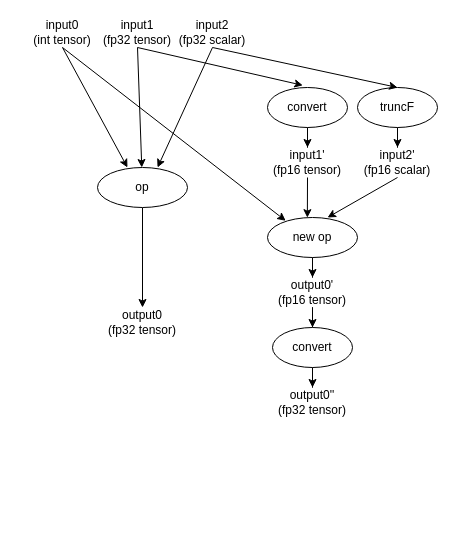
The draw.io diagram mixpre.drawio in ABigDoge/MyDiagrams, before the edit. Source tidied: cells renumbered, new cells numbered last; positions are measured from the earlier drawing's top-left corner, leaving out a move shared by most shapes. Both pictures are drawn from the tidied source at 100%, with x=0, y=0 at pixel (17, 17).
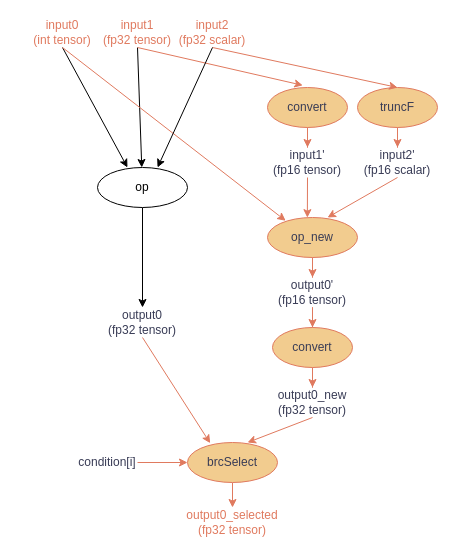
After the change.

Change to the diagram source:
```diff
@@
-    <mxCell id="2" style="edgeStyle=orthogonalEdgeStyle;rounded=0;jettySize=auto;html=1;" parent="1" edge="1" source="3" target="7">
+    <mxCell id="2" style="edgeStyle=orthogonalEdgeStyle;rounded=0;jettySize=auto;html=1;labelBackgroundColor=none;fontColor=default;" parent="1" edge="1" source="3" target="7">
       <mxGeometry relative="1" as="geometry" />
     </mxCell>
-    <mxCell id="3" value="op" style="ellipse;whiteSpace=wrap;html=1;" parent="1" vertex="1">
+    <mxCell id="3" value="op" style="ellipse;whiteSpace=wrap;html=1;labelBackgroundColor=none;" parent="1" vertex="1">
       <mxGeometry x="80" y="150" width="90" height="40" as="geometry" />
     </mxCell>
-    <mxCell id="4" value="input1&lt;div&gt;(fp32 tensor)&lt;/div&gt;" style="text;html=1;align=center;verticalAlign=middle;whiteSpace=wrap;rounded=0;" parent="1" vertex="1">
+    <mxCell id="4" value="input1&lt;div&gt;(fp32 tensor)&lt;/div&gt;" style="text;html=1;align=center;verticalAlign=middle;whiteSpace=wrap;rounded=0;labelBackgroundColor=none;fontColor=light-dark(#e07a5f, #b6b8cf);" parent="1" vertex="1">
       <mxGeometry x="70" width="100" height="30" as="geometry" />
     </mxCell>
-    <mxCell id="5" value="input2&lt;div&gt;(fp32 scalar)&lt;/div&gt;" style="text;html=1;align=center;verticalAlign=middle;whiteSpace=wrap;rounded=0;" parent="1" vertex="1">
+    <mxCell id="5" value="input2&lt;div&gt;(fp32 scalar)&lt;/div&gt;" style="text;html=1;align=center;verticalAlign=middle;whiteSpace=wrap;rounded=0;labelBackgroundColor=none;fontColor=light-dark(#e07a5f, #b6b8cf);" parent="1" vertex="1">
       <mxGeometry x="150" width="90" height="30" as="geometry" />
     </mxCell>
-    <mxCell id="6" value="input0&lt;div&gt;(int tensor)&lt;/div&gt;" style="text;html=1;align=center;verticalAlign=middle;whiteSpace=wrap;rounded=0;" parent="1" vertex="1">
+    <mxCell id="6" value="input0&lt;div&gt;(int tensor)&lt;/div&gt;" style="text;html=1;align=center;verticalAlign=middle;whiteSpace=wrap;rounded=0;labelBackgroundColor=none;fontColor=light-dark(#e07a5f, #b6b8cf);" parent="1" vertex="1">
       <mxGeometry width="90" height="30" as="geometry" />
     </mxCell>
-    <mxCell id="7" value="output0&lt;div&gt;(fp32 tensor)&lt;/div&gt;" style="text;html=1;align=center;verticalAlign=middle;whiteSpace=wrap;rounded=0;" parent="1" vertex="1">
+    <mxCell id="7" value="output0&lt;div&gt;(fp32 tensor)&lt;/div&gt;" style="text;html=1;align=center;verticalAlign=middle;whiteSpace=wrap;rounded=0;labelBackgroundColor=none;fontColor=#393C56;" parent="1" vertex="1">
       <mxGeometry x="70" y="290" width="110" height="30" as="geometry" />
     </mxCell>
-    <mxCell id="8" style="endArrow=classic;html=1;rounded=0;exitX=0.5;exitY=1;exitDx=0;exitDy=0;" parent="1" edge="1" source="4" target="3">
+    <mxCell id="8" style="endArrow=classic;html=1;rounded=0;exitX=0.5;exitY=1;exitDx=0;exitDy=0;labelBackgroundColor=none;fontColor=default;" parent="1" edge="1" source="4" target="3">
       <mxGeometry relative="1" as="geometry" />
     </mxCell>
-    <mxCell id="9" style="endArrow=classic;html=1;rounded=0;exitX=0.5;exitY=1;exitDx=0;exitDy=0;entryX=0.333;entryY=0;entryDx=0;entryDy=0;entryPerimeter=0;" parent="1" edge="1" source="6" target="3">
+    <mxCell id="9" style="endArrow=classic;html=1;rounded=0;exitX=0.5;exitY=1;exitDx=0;exitDy=0;entryX=0.333;entryY=0;entryDx=0;entryDy=0;entryPerimeter=0;labelBackgroundColor=none;fontColor=default;" parent="1" edge="1" source="6" target="3">
       <mxGeometry relative="1" as="geometry" />
     </mxCell>
-    <mxCell id="10" style="edgeStyle=orthogonalEdgeStyle;rounded=0;jettySize=auto;html=1;" parent="1" edge="1" source="11" target="16">
+    <mxCell id="10" style="edgeStyle=orthogonalEdgeStyle;rounded=0;jettySize=auto;html=1;labelBackgroundColor=none;strokeColor=#E07A5F;fontColor=default;" parent="1" edge="1" source="11" target="16">
       <mxGeometry relative="1" as="geometry" />
     </mxCell>
-    <mxCell id="11" value="convert" style="ellipse;whiteSpace=wrap;html=1;" parent="1" vertex="1">
+    <mxCell id="11" value="convert" style="ellipse;whiteSpace=wrap;html=1;labelBackgroundColor=none;fillColor=#F2CC8F;strokeColor=#E07A5F;fontColor=#393C56;" parent="1" vertex="1">
       <mxGeometry x="250" y="70" width="80" height="40" as="geometry" />
     </mxCell>
-    <mxCell id="12" style="edgeStyle=orthogonalEdgeStyle;rounded=0;jettySize=auto;html=1;" parent="1" edge="1" source="13" target="17">
+    <mxCell id="12" style="edgeStyle=orthogonalEdgeStyle;rounded=0;jettySize=auto;html=1;labelBackgroundColor=none;strokeColor=#E07A5F;fontColor=default;" parent="1" edge="1" source="13" target="17">
       <mxGeometry relative="1" as="geometry" />
     </mxCell>
-    <mxCell id="13" value="truncF" style="ellipse;whiteSpace=wrap;html=1;" parent="1" vertex="1">
+    <mxCell id="13" value="truncF" style="ellipse;whiteSpace=wrap;html=1;labelBackgroundColor=none;fillColor=#F2CC8F;strokeColor=#E07A5F;fontColor=#393C56;" parent="1" vertex="1">
       <mxGeometry x="340" y="70" width="80" height="40" as="geometry" />
     </mxCell>
-    <mxCell id="14" style="endArrow=classic;html=1;rounded=0;exitX=0.5;exitY=1;exitDx=0;exitDy=0;entryX=0.441;entryY=-0.054;entryDx=0;entryDy=0;entryPerimeter=0;" parent="1" edge="1" source="4" target="11">
+    <mxCell id="14" style="endArrow=classic;html=1;rounded=0;exitX=0.5;exitY=1;exitDx=0;exitDy=0;entryX=0.441;entryY=-0.054;entryDx=0;entryDy=0;entryPerimeter=0;labelBackgroundColor=none;strokeColor=#E07A5F;fontColor=default;" parent="1" edge="1" source="4" target="11">
       <mxGeometry relative="1" as="geometry" />
     </mxCell>
-    <mxCell id="15" style="endArrow=classic;html=1;rounded=0;exitX=0.5;exitY=1;exitDx=0;exitDy=0;entryX=0.5;entryY=0;entryDx=0;entryDy=0;" parent="1" edge="1" source="5" target="13">
+    <mxCell id="15" style="endArrow=classic;html=1;rounded=0;exitX=0.5;exitY=1;exitDx=0;exitDy=0;entryX=0.5;entryY=0;entryDx=0;entryDy=0;labelBackgroundColor=none;strokeColor=#E07A5F;fontColor=default;" parent="1" edge="1" source="5" target="13">
       <mxGeometry relative="1" as="geometry" />
     </mxCell>
-    <mxCell id="16" value="input1'&lt;div&gt;(fp16 tensor)&lt;/div&gt;" style="text;html=1;align=center;verticalAlign=middle;whiteSpace=wrap;rounded=0;" parent="1" vertex="1">
+    <mxCell id="16" value="input1'&lt;div&gt;(fp16 tensor)&lt;/div&gt;" style="text;html=1;align=center;verticalAlign=middle;whiteSpace=wrap;rounded=0;labelBackgroundColor=none;fontColor=#393C56;" parent="1" vertex="1">
       <mxGeometry x="250" y="130" width="80" height="30" as="geometry" />
     </mxCell>
-    <mxCell id="17" value="input2'&lt;div&gt;(fp16 scalar)&lt;/div&gt;" style="text;html=1;align=center;verticalAlign=middle;whiteSpace=wrap;rounded=0;" parent="1" vertex="1">
+    <mxCell id="17" value="input2'&lt;div&gt;(fp16 scalar)&lt;/div&gt;" style="text;html=1;align=center;verticalAlign=middle;whiteSpace=wrap;rounded=0;labelBackgroundColor=none;fontColor=#393C56;" parent="1" vertex="1">
       <mxGeometry x="335" y="130" width="90" height="30" as="geometry" />
     </mxCell>
-    <mxCell id="18" style="endArrow=classic;html=1;rounded=0;exitX=0.5;exitY=1;exitDx=0;exitDy=0;entryX=0.202;entryY=0.082;entryDx=0;entryDy=0;entryPerimeter=0;" parent="1" edge="1" source="6" target="20">
+    <mxCell id="18" style="endArrow=classic;html=1;rounded=0;exitX=0.5;exitY=1;exitDx=0;exitDy=0;entryX=0.202;entryY=0.082;entryDx=0;entryDy=0;entryPerimeter=0;labelBackgroundColor=none;strokeColor=#E07A5F;fontColor=default;" parent="1" edge="1" source="6" target="20">
       <mxGeometry relative="1" as="geometry" />
     </mxCell>
-    <mxCell id="19" style="edgeStyle=orthogonalEdgeStyle;rounded=0;jettySize=auto;html=1;" parent="1" edge="1" source="20" target="25">
+    <mxCell id="19" style="edgeStyle=orthogonalEdgeStyle;rounded=0;jettySize=auto;html=1;labelBackgroundColor=none;strokeColor=#E07A5F;fontColor=default;" parent="1" edge="1" source="20" target="25">
       <mxGeometry relative="1" as="geometry" />
     </mxCell>
-    <mxCell id="20" value="new op" style="ellipse;whiteSpace=wrap;html=1;" parent="1" vertex="1">
+    <mxCell id="20" value="op_new" style="ellipse;whiteSpace=wrap;html=1;labelBackgroundColor=none;fillColor=#F2CC8F;strokeColor=#E07A5F;fontColor=#393C56;" parent="1" vertex="1">
       <mxGeometry x="250" y="200" width="90" height="40" as="geometry" />
     </mxCell>
-    <mxCell id="21" style="endArrow=classic;html=1;rounded=0;exitX=0.5;exitY=1;exitDx=0;exitDy=0;entryX=0.443;entryY=0.004;entryDx=0;entryDy=0;entryPerimeter=0;" parent="1" edge="1" source="16" target="20">
+    <mxCell id="21" style="endArrow=classic;html=1;rounded=0;exitX=0.5;exitY=1;exitDx=0;exitDy=0;entryX=0.443;entryY=0.004;entryDx=0;entryDy=0;entryPerimeter=0;labelBackgroundColor=none;strokeColor=#E07A5F;fontColor=default;" parent="1" edge="1" source="16" target="20">
       <mxGeometry relative="1" as="geometry" />
     </mxCell>
-    <mxCell id="22" style="endArrow=classic;html=1;rounded=0;exitX=0.5;exitY=1;exitDx=0;exitDy=0;entryX=0.667;entryY=0;entryDx=0;entryDy=0;entryPerimeter=0;" parent="1" edge="1" source="17" target="20">
+    <mxCell id="22" style="endArrow=classic;html=1;rounded=0;exitX=0.5;exitY=1;exitDx=0;exitDy=0;entryX=0.667;entryY=0;entryDx=0;entryDy=0;entryPerimeter=0;labelBackgroundColor=none;strokeColor=#E07A5F;fontColor=default;" parent="1" edge="1" source="17" target="20">
       <mxGeometry relative="1" as="geometry" />
     </mxCell>
-    <mxCell id="23" style="endArrow=classic;html=1;rounded=0;exitX=0.5;exitY=1;exitDx=0;exitDy=0;entryX=0.667;entryY=0;entryDx=0;entryDy=0;entryPerimeter=0;" parent="1" edge="1" source="5" target="3">
+    <mxCell id="23" style="endArrow=classic;html=1;rounded=0;exitX=0.5;exitY=1;exitDx=0;exitDy=0;entryX=0.667;entryY=0;entryDx=0;entryDy=0;entryPerimeter=0;labelBackgroundColor=none;fontColor=default;" parent="1" edge="1" source="5" target="3">
       <mxGeometry relative="1" as="geometry" />
     </mxCell>
-    <mxCell id="24" style="edgeStyle=orthogonalEdgeStyle;rounded=0;jettySize=auto;html=1;" parent="1" edge="1" source="25" target="27">
+    <mxCell id="24" style="edgeStyle=orthogonalEdgeStyle;rounded=0;jettySize=auto;html=1;labelBackgroundColor=none;strokeColor=#E07A5F;fontColor=default;" parent="1" edge="1" source="25" target="27">
       <mxGeometry relative="1" as="geometry" />
     </mxCell>
-    <mxCell id="25" value="output0'&lt;div&gt;(fp16 tensor)&lt;/div&gt;" style="text;html=1;align=center;verticalAlign=middle;whiteSpace=wrap;rounded=0;" parent="1" vertex="1">
+    <mxCell id="25" value="output0'&lt;div&gt;(fp16 tensor)&lt;/div&gt;" style="text;html=1;align=center;verticalAlign=middle;whiteSpace=wrap;rounded=0;labelBackgroundColor=none;fontColor=#393C56;" parent="1" vertex="1">
       <mxGeometry x="240" y="260" width="110" height="30" as="geometry" />
     </mxCell>
-    <mxCell id="26" style="edgeStyle=orthogonalEdgeStyle;rounded=0;jettySize=auto;html=1;" parent="1" edge="1" source="27" target="28">
+    <mxCell id="26" style="edgeStyle=orthogonalEdgeStyle;rounded=0;jettySize=auto;html=1;labelBackgroundColor=none;strokeColor=#E07A5F;fontColor=default;" parent="1" edge="1" source="27" target="28">
       <mxGeometry relative="1" as="geometry" />
     </mxCell>
-    <mxCell id="27" value="convert" style="ellipse;whiteSpace=wrap;html=1;" parent="1" vertex="1">
+    <mxCell id="27" value="convert" style="ellipse;whiteSpace=wrap;html=1;labelBackgroundColor=none;fillColor=#F2CC8F;strokeColor=#E07A5F;fontColor=#393C56;" parent="1" vertex="1">
       <mxGeometry x="255" y="310" width="80" height="40" as="geometry" />
     </mxCell>
-    <mxCell id="28" value="output0''&lt;div&gt;(fp32 tensor)&lt;/div&gt;" style="text;html=1;align=center;verticalAlign=middle;whiteSpace=wrap;rounded=0;" parent="1" vertex="1">
+    <mxCell id="28" value="output0_new&lt;div&gt;(fp32 tensor)&lt;/div&gt;" style="text;html=1;align=center;verticalAlign=middle;whiteSpace=wrap;rounded=0;labelBackgroundColor=none;fontColor=#393C56;" parent="1" vertex="1">
       <mxGeometry x="240" y="370" width="110" height="30" as="geometry" />
     </mxCell>
+    <mxCell id="29" style="edgeStyle=orthogonalEdgeStyle;rounded=0;jettySize=auto;html=1;labelBackgroundColor=none;strokeColor=#E07A5F;fontColor=default;" parent="1" edge="1" source="30" target="35">
+      <mxGeometry relative="1" as="geometry" />
+    </mxCell>
+    <mxCell id="30" value="brcSelect" style="ellipse;whiteSpace=wrap;html=1;labelBackgroundColor=none;fillColor=#F2CC8F;strokeColor=#E07A5F;fontColor=#393C56;" parent="1" vertex="1">
+      <mxGeometry x="170" y="425" width="90" height="40" as="geometry" />
+    </mxCell>
+    <mxCell id="31" style="endArrow=classic;html=1;rounded=0;exitX=0.5;exitY=1;exitDx=0;exitDy=0;entryX=0.252;entryY=0.017;entryDx=0;entryDy=0;entryPerimeter=0;labelBackgroundColor=none;strokeColor=#E07A5F;fontColor=default;" parent="1" edge="1" source="7" target="30">
+      <mxGeometry relative="1" as="geometry" />
+    </mxCell>
+    <mxCell id="32" style="endArrow=classic;html=1;rounded=0;exitX=0.5;exitY=1;exitDx=0;exitDy=0;entryX=0.667;entryY=0;entryDx=0;entryDy=0;entryPerimeter=0;labelBackgroundColor=none;strokeColor=#E07A5F;fontColor=default;" parent="1" edge="1" source="28" target="30">
+      <mxGeometry relative="1" as="geometry" />
+    </mxCell>
+    <mxCell id="33" style="edgeStyle=orthogonalEdgeStyle;rounded=0;jettySize=auto;html=1;labelBackgroundColor=none;strokeColor=#E07A5F;fontColor=default;" parent="1" edge="1" source="34" target="30">
+      <mxGeometry relative="1" as="geometry" />
+    </mxCell>
+    <mxCell id="34" value="condition[i]" style="text;html=1;align=center;verticalAlign=middle;whiteSpace=wrap;rounded=0;labelBackgroundColor=none;fontColor=#393C56;" parent="1" vertex="1">
+      <mxGeometry x="60" y="430" width="60" height="30" as="geometry" />
+    </mxCell>
+    <mxCell id="35" value="output0_selected&lt;div&gt;(fp32 tensor)&lt;/div&gt;" style="text;html=1;align=center;verticalAlign=middle;whiteSpace=wrap;rounded=0;labelBackgroundColor=none;fontColor=light-dark(#e07a5f, #b6b8cf);" parent="1" vertex="1">
+      <mxGeometry x="160" y="490" width="110" height="30" as="geometry" />
+    </mxCell>
```
